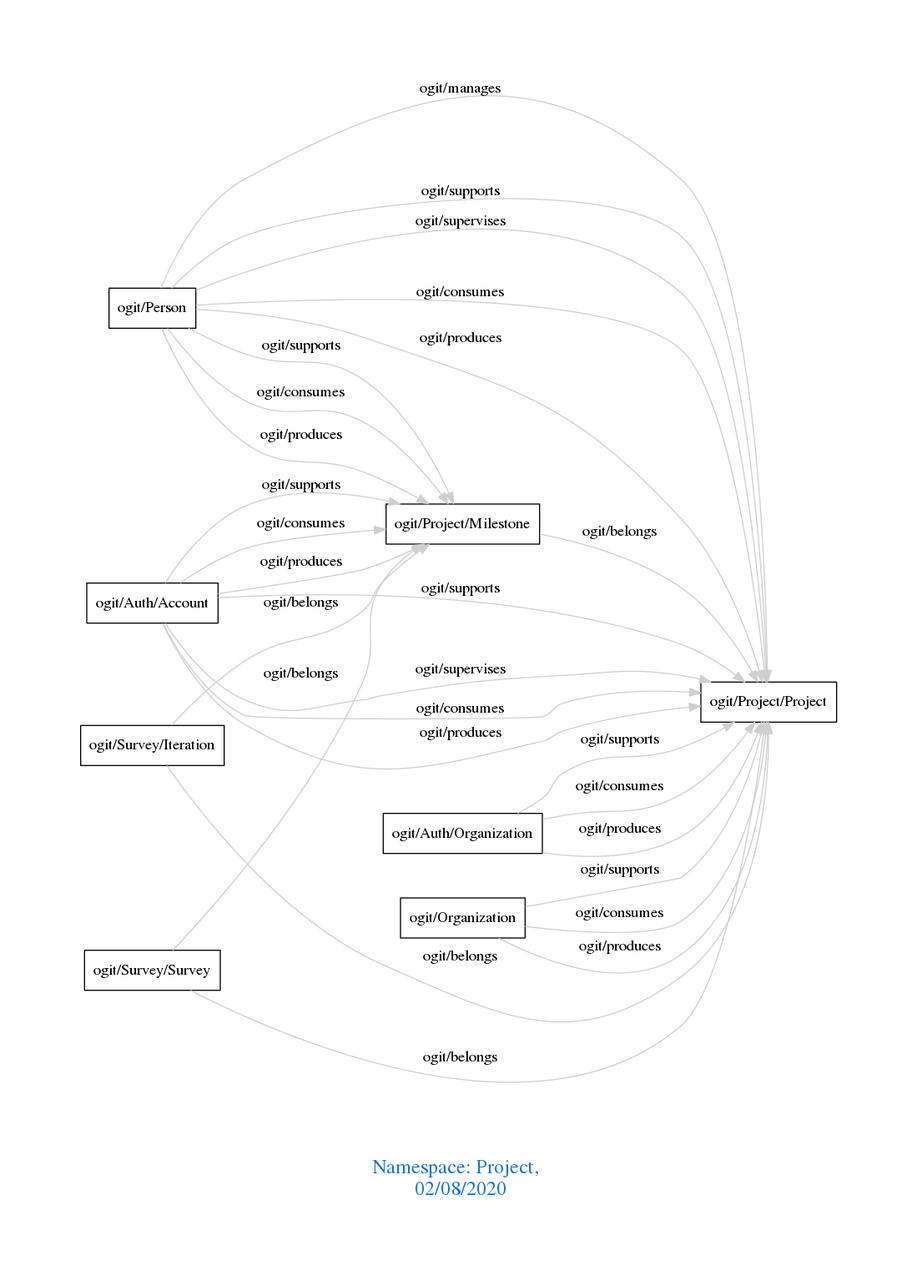
This is downloads/Project.png from arago/OGIT, a Graphviz export, as it was before one commit. Its source is kept beside it as downloads/Project.dot. The source it was exported from:
```dot
digraph OGIT_ontology {
 graph [ rankdir= LR,pad=1
fontsize = 18,
fontcolor= dodgerblue3,label = "\n\n\nNamespace: Project, \n 02/08/2020"];
node[shape=polygon];
edge [  color="gray81"];

   "ogit/Person" -> "ogit/Project/Project" [label="   ogit/manages    "];
   "ogit/Auth/Account" -> "ogit/Project/Milestone" [label="   ogit/supports    "];
   "ogit/Auth/Account" -> "ogit/Project/Project" [label="   ogit/supports    "];
   "ogit/Auth/Organization" -> "ogit/Project/Project" [label="   ogit/supports    "];
   "ogit/Organization" -> "ogit/Project/Project" [label="   ogit/supports    "];
   "ogit/Person" -> "ogit/Project/Milestone" [label="   ogit/supports    "];
   "ogit/Person" -> "ogit/Project/Project" [label="   ogit/supports    "];
   "ogit/Auth/Account" -> "ogit/Project/Project" [label="   ogit/supervises    "];
   "ogit/Person" -> "ogit/Project/Project" [label="   ogit/supervises    "];
   "ogit/Auth/Account" -> "ogit/Project/Milestone" [label="   ogit/consumes    "];
   "ogit/Auth/Account" -> "ogit/Project/Project" [label="   ogit/consumes    "];
   "ogit/Auth/Organization" -> "ogit/Project/Project" [label="   ogit/consumes    "];
   "ogit/Organization" -> "ogit/Project/Project" [label="   ogit/consumes    "];
   "ogit/Person" -> "ogit/Project/Milestone" [label="   ogit/consumes    "];
   "ogit/Person" -> "ogit/Project/Project" [label="   ogit/consumes    "];
   "ogit/Auth/Account" -> "ogit/Project/Milestone" [label="   ogit/produces    "];
   "ogit/Auth/Account" -> "ogit/Project/Project" [label="   ogit/produces    "];
   "ogit/Auth/Organization" -> "ogit/Project/Project" [label="   ogit/produces    "];
   "ogit/Organization" -> "ogit/Project/Project" [label="   ogit/produces    "];
   "ogit/Person" -> "ogit/Project/Milestone" [label="   ogit/produces    "];
   "ogit/Person" -> "ogit/Project/Project" [label="   ogit/produces    "];
   "ogit/Project/Milestone" -> "ogit/Project/Project" [label="   ogit/belongs    "];
   "ogit/Survey/Iteration" -> "ogit/Project/Milestone" [label="   ogit/belongs    "];
   "ogit/Survey/Iteration" -> "ogit/Project/Project" [label="   ogit/belongs    "];
   "ogit/Survey/Survey" -> "ogit/Project/Milestone" [label="   ogit/belongs    "];
   "ogit/Survey/Survey" -> "ogit/Project/Project" [label="   ogit/belongs    "];
}
```
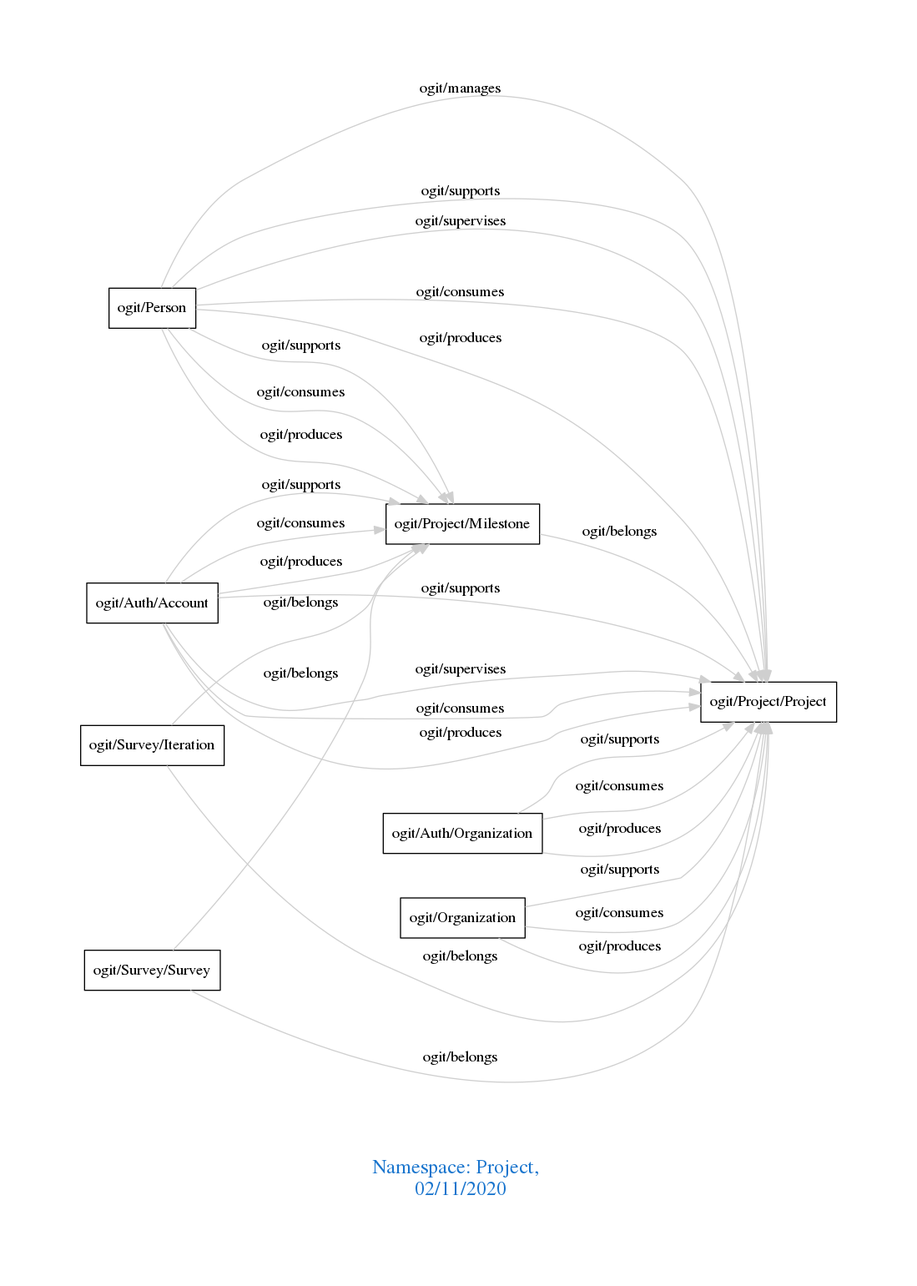
After the commit.

Diff of the diagram source:
```diff
@@ -1,7 +1,7 @@
 digraph OGIT_ontology {
  graph [ rankdir= LR,pad=1
 fontsize = 18,
-fontcolor= dodgerblue3,label = "\n\n\nNamespace: Project, \n 02/08/2020"];
+fontcolor= dodgerblue3,label = "\n\n\nNamespace: Project, \n 02/11/2020"];
 node[shape=polygon];
 edge [  color="gray81"];
 
```
